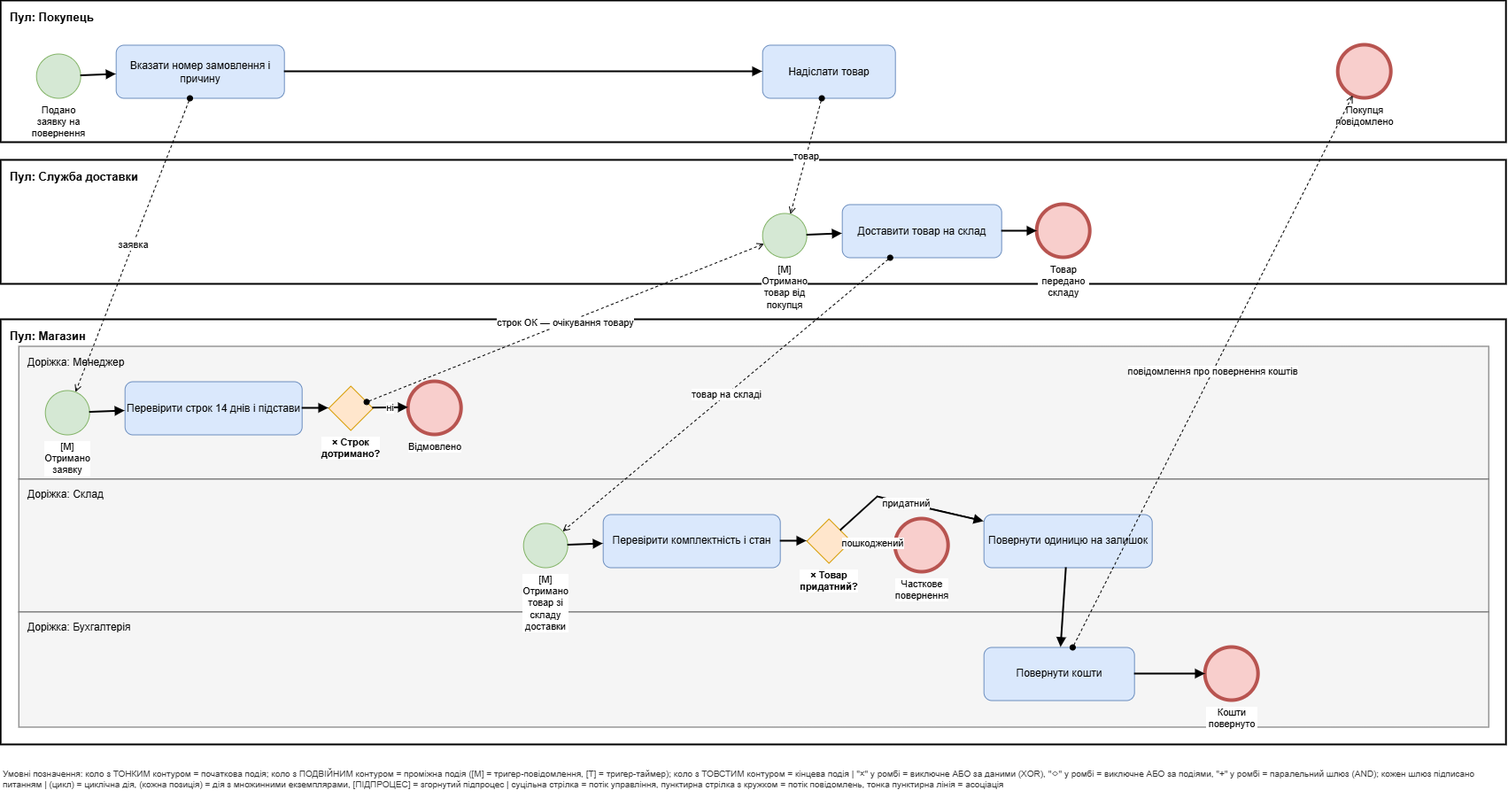
vladyslavplotko/shopline-qa-team2b keeps this draw.io diagram as docs/sprint1/bpmn/02_povernennya.drawio.png. Above is the earlier version. Source tidied: cells renumbered, new cells last; positions are measured from the earlier drawing's top-left corner, leaving out a move shared by most shapes.
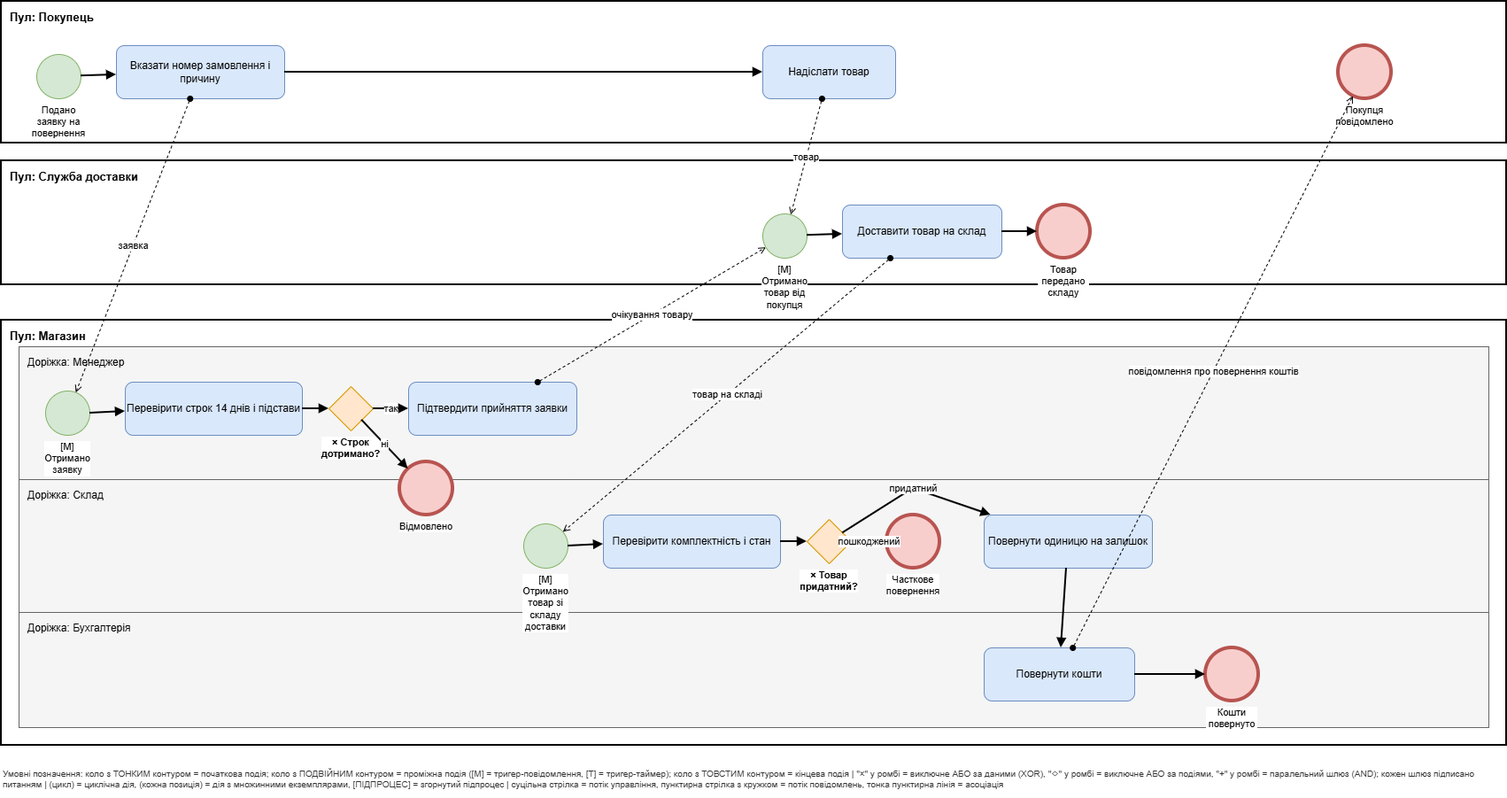
The same diagram one commit later.

What changed in the source:
```diff
@@ -51,89 +51,95 @@
       <mxGeometry x="370" y="435" width="50" height="50" as="geometry" />
     </mxCell>
     <mxCell id="18" value="Відмовлено" style="ellipse;whiteSpace=wrap;html=1;strokeWidth=4;fillColor=#f8cecc;strokeColor=#b85450;verticalLabelPosition=bottom;verticalAlign=top;labelBackgroundColor=#ffffff;fontSize=11;" parent="1" vertex="1">
-      <mxGeometry x="460" y="430" width="60" height="60" as="geometry" />
+      <mxGeometry x="450" y="520" width="60" height="60" as="geometry" />
     </mxCell>
-    <mxCell id="19" value="[M] Отримано товар зі складу доставки" style="ellipse;whiteSpace=wrap;html=1;strokeWidth=1;fillColor=#d5e8d4;strokeColor=#82b366;verticalLabelPosition=bottom;verticalAlign=top;labelBackgroundColor=#ffffff;fontSize=11;" parent="1" vertex="1">
-      <mxGeometry x="590" y="590" width="50" height="50" as="geometry" />
+    <mxCell id="19" value="Підтвердити прийняття заявки" style="rounded=1;whiteSpace=wrap;html=1;fillColor=#dae8fc;strokeColor=#6c8ebf;fontSize=12;" parent="1" vertex="1">
+      <mxGeometry x="460" y="430" width="190" height="60" as="geometry" />
     </mxCell>
-    <mxCell id="20" value="Перевірити комплектність і стан" style="rounded=1;whiteSpace=wrap;html=1;fillColor=#dae8fc;strokeColor=#6c8ebf;fontSize=12;" parent="1" vertex="1">
-      <mxGeometry x="680" y="580" width="200" height="60" as="geometry" />
+    <mxCell id="20" value="[M] Отримано товар зі складу доставки" style="ellipse;whiteSpace=wrap;html=1;strokeWidth=1;fillColor=#d5e8d4;strokeColor=#82b366;verticalLabelPosition=bottom;verticalAlign=top;labelBackgroundColor=#ffffff;fontSize=11;" parent="1" vertex="1">
+      <mxGeometry x="590" y="590" width="50" height="50" as="geometry" />
     </mxCell>
-    <mxCell id="21" value="× Товар придатний?" style="rhombus;whiteSpace=wrap;html=1;fillColor=#ffe6cc;strokeColor=#d79b00;verticalLabelPosition=bottom;verticalAlign=top;labelBackgroundColor=#ffffff;fontSize=11;fontStyle=1;" parent="1" vertex="1">
-      <mxGeometry x="910" y="585" width="50" height="50" as="geometry" />
+    <mxCell id="21" value="Перевірити комплектність і стан" style="rounded=1;whiteSpace=wrap;html=1;fillColor=#dae8fc;strokeColor=#6c8ebf;fontSize=12;" parent="1" vertex="1">
+      <mxGeometry x="680" y="580" width="200" height="60" as="geometry" />
     </mxCell>
-    <mxCell id="22" value="Часткове повернення" style="ellipse;whiteSpace=wrap;html=1;strokeWidth=4;fillColor=#f8cecc;strokeColor=#b85450;verticalLabelPosition=bottom;verticalAlign=top;labelBackgroundColor=#ffffff;fontSize=11;" parent="1" vertex="1">
-      <mxGeometry x="1010" y="585" width="60" height="60" as="geometry" />
+    <mxCell id="22" value="× Товар придатний?" style="rhombus;whiteSpace=wrap;html=1;fillColor=#ffe6cc;strokeColor=#d79b00;verticalLabelPosition=bottom;verticalAlign=top;labelBackgroundColor=#ffffff;fontSize=11;fontStyle=1;" parent="1" vertex="1">
+      <mxGeometry x="910" y="585" width="50" height="50" as="geometry" />
     </mxCell>
-    <mxCell id="23" value="Повернути одиницю на залишок" style="rounded=1;whiteSpace=wrap;html=1;fillColor=#dae8fc;strokeColor=#6c8ebf;fontSize=12;" parent="1" vertex="1">
-      <mxGeometry x="1110" y="580" width="190" height="60" as="geometry" />
+    <mxCell id="23" value="Часткове повернення" style="ellipse;whiteSpace=wrap;html=1;strokeWidth=4;fillColor=#f8cecc;strokeColor=#b85450;verticalLabelPosition=bottom;verticalAlign=top;labelBackgroundColor=#ffffff;fontSize=11;" parent="1" vertex="1">
+      <mxGeometry x="1000" y="580" width="60" height="60" as="geometry" />
     </mxCell>
-    <mxCell id="24" value="Повернути кошти" style="rounded=1;whiteSpace=wrap;html=1;fillColor=#dae8fc;strokeColor=#6c8ebf;fontSize=12;" parent="1" vertex="1">
-      <mxGeometry x="1110" y="730" width="170" height="60" as="geometry" />
+    <mxCell id="24" value="Повернути одиницю на залишок" style="rounded=1;whiteSpace=wrap;html=1;fillColor=#dae8fc;strokeColor=#6c8ebf;fontSize=12;" parent="1" vertex="1">
+      <mxGeometry x="1110" y="580" width="190" height="60" as="geometry" />
     </mxCell>
-    <mxCell id="25" value="Кошти повернуто" style="ellipse;whiteSpace=wrap;html=1;strokeWidth=4;fillColor=#f8cecc;strokeColor=#b85450;verticalLabelPosition=bottom;verticalAlign=top;labelBackgroundColor=#ffffff;fontSize=11;" parent="1" vertex="1">
-      <mxGeometry x="1360" y="730" width="60" height="60" as="geometry" />
+    <mxCell id="25" value="Повернути кошти" style="rounded=1;whiteSpace=wrap;html=1;fillColor=#dae8fc;strokeColor=#6c8ebf;fontSize=12;" parent="1" vertex="1">
+      <mxGeometry x="1110" y="730" width="170" height="60" as="geometry" />
     </mxCell>
-    <mxCell id="26" style="endArrow=block;html=1;strokeWidth=2;rounded=0;" parent="1" edge="1" source="3" target="4">
-      <mxGeometry relative="1" as="geometry" />
+    <mxCell id="26" value="Кошти повернуто" style="ellipse;whiteSpace=wrap;html=1;strokeWidth=4;fillColor=#f8cecc;strokeColor=#b85450;verticalLabelPosition=bottom;verticalAlign=top;labelBackgroundColor=#ffffff;fontSize=11;" parent="1" vertex="1">
+      <mxGeometry x="1360" y="730" width="60" height="60" as="geometry" />
     </mxCell>
-    <mxCell id="27" style="endArrow=block;html=1;strokeWidth=2;rounded=0;" parent="1" edge="1" source="4" target="5">
+    <mxCell id="27" style="endArrow=block;html=1;strokeWidth=2;rounded=0;" parent="1" edge="1" source="3" target="4">
       <mxGeometry relative="1" as="geometry" />
     </mxCell>
-    <mxCell id="28" style="endArrow=block;html=1;strokeWidth=2;rounded=0;" parent="1" edge="1" source="15" target="16">
+    <mxCell id="28" style="endArrow=block;html=1;strokeWidth=2;rounded=0;" parent="1" edge="1" source="4" target="5">
       <mxGeometry relative="1" as="geometry" />
     </mxCell>
-    <mxCell id="29" style="endArrow=block;html=1;strokeWidth=2;rounded=0;" parent="1" edge="1" source="16" target="17">
+    <mxCell id="29" style="endArrow=block;html=1;strokeWidth=2;rounded=0;" parent="1" edge="1" source="15" target="16">
       <mxGeometry relative="1" as="geometry" />
     </mxCell>
-    <mxCell id="30" value="ні" style="endArrow=block;html=1;strokeWidth=2;rounded=0;" parent="1" edge="1" source="17" target="18">
+    <mxCell id="30" style="endArrow=block;html=1;strokeWidth=2;rounded=0;" parent="1" edge="1" source="16" target="17">
       <mxGeometry relative="1" as="geometry" />
     </mxCell>
-    <mxCell id="31" style="endArrow=block;html=1;strokeWidth=2;rounded=0;" parent="1" edge="1" source="8" target="9">
+    <mxCell id="31" value="ні" style="endArrow=block;html=1;strokeWidth=2;rounded=0;" parent="1" edge="1" source="17" target="18">
       <mxGeometry relative="1" as="geometry" />
     </mxCell>
-    <mxCell id="32" style="endArrow=block;html=1;strokeWidth=2;rounded=0;" parent="1" edge="1" source="9" target="10">
+    <mxCell id="32" value="так" style="endArrow=block;html=1;strokeWidth=2;rounded=0;" parent="1" edge="1" source="17" target="19">
       <mxGeometry relative="1" as="geometry" />
     </mxCell>
-    <mxCell id="33" style="endArrow=block;html=1;strokeWidth=2;rounded=0;" parent="1" edge="1" source="19" target="20">
+    <mxCell id="33" style="endArrow=block;html=1;strokeWidth=2;rounded=0;" parent="1" edge="1" source="8" target="9">
       <mxGeometry relative="1" as="geometry" />
     </mxCell>
-    <mxCell id="34" style="endArrow=block;html=1;strokeWidth=2;rounded=0;" parent="1" edge="1" source="20" target="21">
+    <mxCell id="34" style="endArrow=block;html=1;strokeWidth=2;rounded=0;" parent="1" edge="1" source="9" target="10">
       <mxGeometry relative="1" as="geometry" />
     </mxCell>
-    <mxCell id="35" value="пошкоджений" style="endArrow=block;html=1;strokeWidth=2;rounded=0;" parent="1" edge="1" source="21" target="22">
+    <mxCell id="35" style="endArrow=block;html=1;strokeWidth=2;rounded=0;" parent="1" edge="1" source="20" target="21">
       <mxGeometry relative="1" as="geometry" />
     </mxCell>
-    <mxCell id="36" value="придатний" style="endArrow=block;html=1;strokeWidth=2;rounded=0;" parent="1" edge="1" source="21" target="23">
-      <mxGeometry relative="1" as="geometry">
-        <Array as="points">
-          <mxPoint x="990" y="560" />
-        </Array>
-      </mxGeometry>
+    <mxCell id="36" style="endArrow=block;html=1;strokeWidth=2;rounded=0;" parent="1" edge="1" source="21" target="22">
+      <mxGeometry relative="1" as="geometry" />
     </mxCell>
-    <mxCell id="37" style="endArrow=block;html=1;strokeWidth=2;rounded=0;" parent="1" edge="1" source="23" target="24">
+    <mxCell id="37" value="пошкоджений" style="endArrow=block;html=1;strokeWidth=2;rounded=0;" parent="1" edge="1" source="22" target="23">
       <mxGeometry relative="1" as="geometry" />
     </mxCell>
-    <mxCell id="38" style="endArrow=block;html=1;strokeWidth=2;rounded=0;" parent="1" edge="1" source="24" target="25">
-      <mxGeometry relative="1" as="geometry" />
+    <mxCell id="38" value="придатний" style="endArrow=block;html=1;strokeWidth=2;rounded=0;" parent="1" edge="1" source="22" target="24">
+      <mxGeometry relative="1" as="geometry">
+        <Array as="points">
+          <mxPoint x="1030" y="550" />
+        </Array>
+      </mxGeometry>
     </mxCell>
-    <mxCell id="39" value="заявка" style="endArrow=open;html=1;dashed=1;startArrow=oval;startFill=1;strokeWidth=1;strokeColor=#000000;" parent="1" edge="1" source="4" target="15">
+    <mxCell id="39" style="endArrow=block;html=1;strokeWidth=2;rounded=0;" parent="1" edge="1" source="24" target="25">
       <mxGeometry relative="1" as="geometry" />
     </mxCell>
-    <mxCell id="40" value="строк ОК — очікування товару" style="endArrow=open;html=1;dashed=1;startArrow=oval;startFill=1;strokeWidth=1;strokeColor=#000000;" parent="1" edge="1" source="17" target="8">
+    <mxCell id="40" style="endArrow=block;html=1;strokeWidth=2;rounded=0;" parent="1" edge="1" source="25" target="26">
       <mxGeometry relative="1" as="geometry" />
     </mxCell>
-    <mxCell id="41" value="товар" style="endArrow=open;html=1;dashed=1;startArrow=oval;startFill=1;strokeWidth=1;strokeColor=#000000;" parent="1" edge="1" source="5" target="8">
+    <mxCell id="41" value="заявка" style="endArrow=open;html=1;dashed=1;startArrow=oval;startFill=1;strokeWidth=1;strokeColor=#000000;" parent="1" edge="1" source="4" target="15">
       <mxGeometry relative="1" as="geometry" />
     </mxCell>
-    <mxCell id="42" value="товар на складі" style="endArrow=open;html=1;dashed=1;startArrow=oval;startFill=1;strokeWidth=1;strokeColor=#000000;" parent="1" edge="1" source="9" target="19">
+    <mxCell id="42" value="очікування товару" style="endArrow=open;html=1;dashed=1;startArrow=oval;startFill=1;strokeWidth=1;strokeColor=#000000;" parent="1" edge="1" source="19" target="8">
       <mxGeometry relative="1" as="geometry" />
     </mxCell>
-    <mxCell id="43" value="повідомлення про повернення коштів" style="endArrow=open;html=1;dashed=1;startArrow=oval;startFill=1;strokeWidth=1;strokeColor=#000000;" parent="1" edge="1" source="24" target="6">
+    <mxCell id="43" value="товар" style="endArrow=open;html=1;dashed=1;startArrow=oval;startFill=1;strokeWidth=1;strokeColor=#000000;" parent="1" edge="1" source="5" target="8">
       <mxGeometry relative="1" as="geometry" />
     </mxCell>
-    <mxCell id="44" value="Умовні позначення: коло з ТОНКИМ контуром = початкова подія; коло з ПОДВІЙНИМ контуром = проміжна подія ([M] = тригер-повідомлення, [T] = тригер-таймер); коло з ТОВСТИМ контуром = кінцева подія | &quot;×&quot; у ромбі = виключне АБО за даними (XOR), &quot;◇&quot; у ромбі = виключне АБО за подіями, &quot;+&quot; у ромбі = паралельний шлюз (AND); кожен шлюз підписано питанням | (цикл) = циклічна дія, (кожна позиція) = дія з множинними екземплярами, [ПІДПРОЦЕС] = згорнутий підпроцес | суцільна стрілка = потік управління, пунктирна стрілка з кружком = потік повідомлень, тонка пунктирна лінія = асоціація" style="text;html=1;align=left;verticalAlign=top;whiteSpace=wrap;rounded=0;fontSize=10;fontColor=#333333;" parent="1" vertex="1">
-      <mxGeometry y="860" width="1700" height="40" as="geometry" />
+    <mxCell id="44" value="товар на складі" style="endArrow=open;html=1;dashed=1;startArrow=oval;startFill=1;strokeWidth=1;strokeColor=#000000;" parent="1" edge="1" source="9" target="20">
+      <mxGeometry relative="1" as="geometry" />
     </mxCell>
+    <mxCell id="45" value="повідомлення про повернення коштів" style="endArrow=open;html=1;dashed=1;startArrow=oval;startFill=1;strokeWidth=1;strokeColor=#000000;" parent="1" edge="1" source="25" target="6">
+      <mxGeometry relative="1" as="geometry" />
+    </mxCell>
+    <mxCell id="46" value="Умовні позначення: коло з ТОНКИМ контуром = початкова подія; коло з ПОДВІЙНИМ контуром = проміжна подія ([M] = тригер-повідомлення, [T] = тригер-таймер); коло з ТОВСТИМ контуром = кінцева подія | &quot;×&quot; у ромбі = виключне АБО за даними (XOR), &quot;◇&quot; у ромбі = виключне АБО за подіями, &quot;+&quot; у ромбі = паралельний шлюз (AND); кожен шлюз підписано питанням | (цикл) = циклічна дія, (кожна позиція) = дія з множинними екземплярами, [ПІДПРОЦЕС] = згорнутий підпроцес | суцільна стрілка = потік управління, пунктирна стрілка з кружком = потік повідомлень, тонка пунктирна лінія = асоціація" style="text;html=1;align=left;verticalAlign=top;whiteSpace=wrap;rounded=0;fontSize=10;fontColor=#333333;" parent="1" vertex="1">
+      <mxGeometry y="860" width="1700" height="40" as="geometry" />
+    </mxCell>
   </root>
 </mxGraphModel>
```
